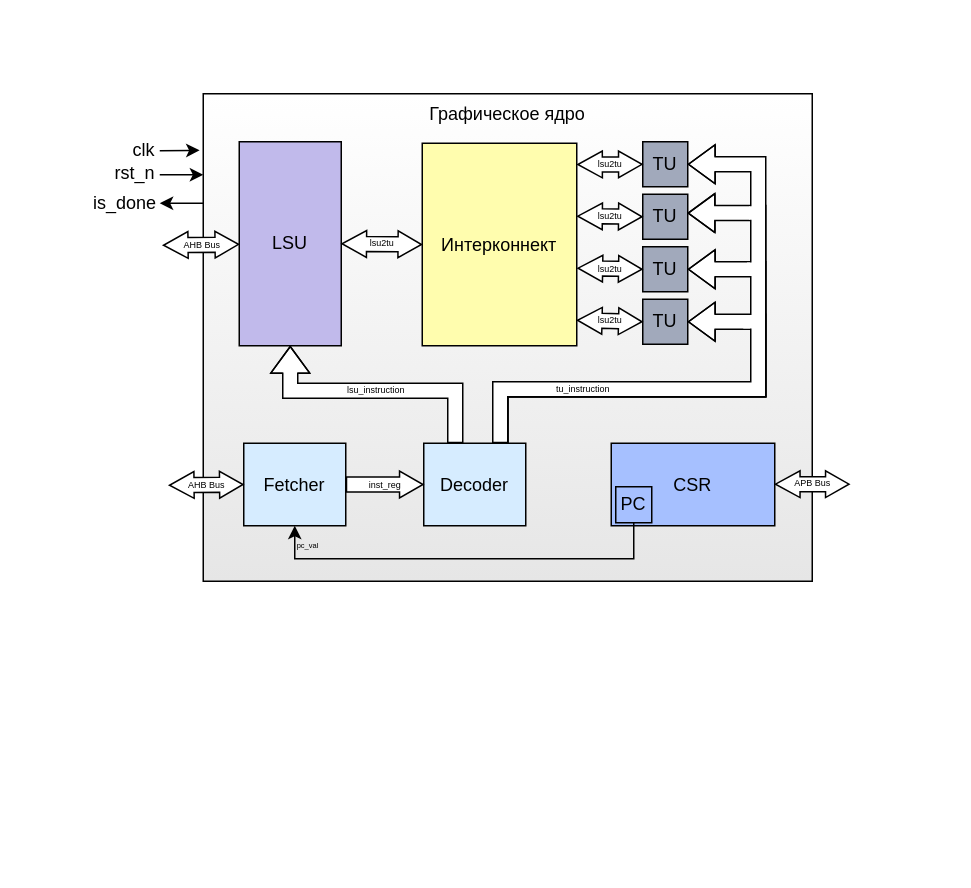
Earlier version of the draw.io diagram docs/starukhin_dissertation/images/svg/core.drawio (HaMeNopeDiot/hardware_gpu). Source tidied: cells renumbered, new cells numbered last; positions are measured from the earlier drawing's top-left corner, leaving out a move shared by most shapes. Both pictures are drawn from the tidied source at 150%, with x=0, y=0 at pixel (82, 93).
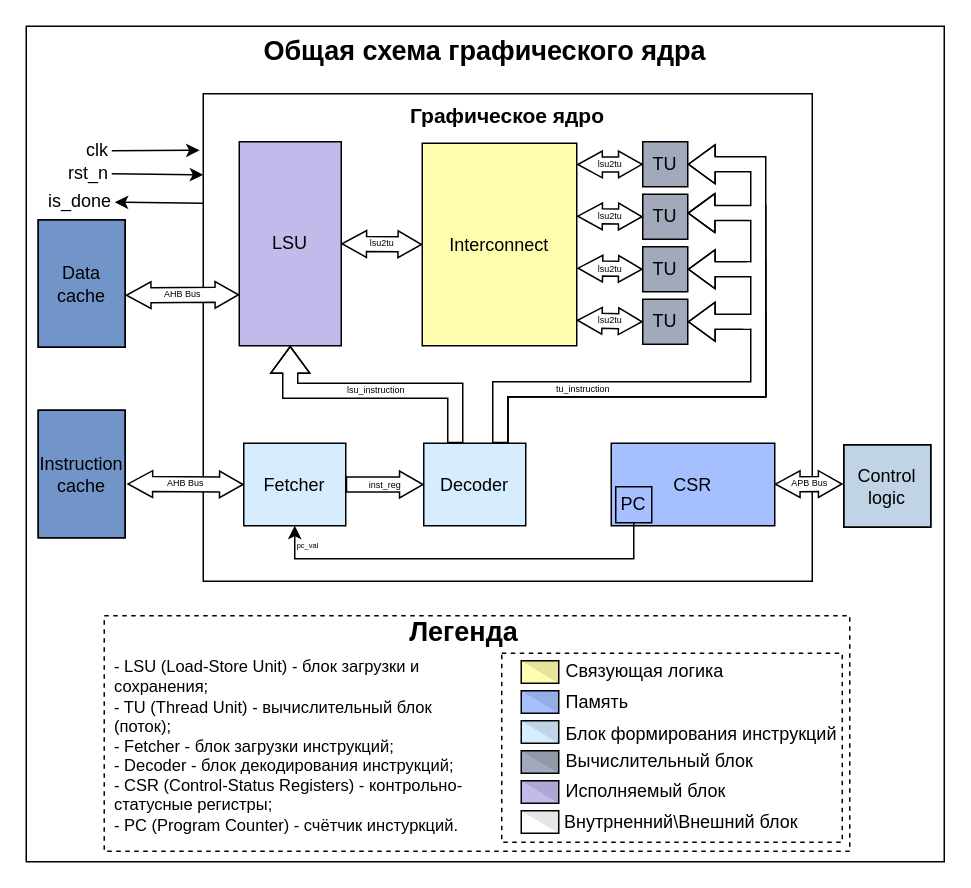
The same page after the edit.

The change refers to these unchanged cells:
```xml
<mxCell id="3" value="LSU" style="rounded=0;whiteSpace=wrap;html=1;fillColor=light-dark(#C1BAEB,#FFFFFF);" parent="1" vertex="1">
  <mxGeometry x="104" y="32" width="68" height="136" as="geometry" />
</mxCell>
<mxCell id="14" value="Fetcher" style="rounded=0;whiteSpace=wrap;html=1;fillColor=#D6ECFF;" parent="1" vertex="1">
  <mxGeometry x="107" y="233" width="68" height="55" as="geometry" />
</mxCell>
```

Change to the diagram source:
```diff
@@
+    <mxCell id="38" value="Общая схема графического ядра" style="rounded=0;whiteSpace=wrap;html=1;verticalAlign=top;fillColor=light-dark(#FFFFFF,#0000001A);gradientColor=none;fontStyle=1;fontSize=18;" parent="1" vertex="1">
+      <mxGeometry x="-38" y="-45" width="612" height="557" as="geometry" />
+    </mxCell>
-    <mxCell id="2" value="Графическое ядро" style="rounded=0;whiteSpace=wrap;html=1;verticalAlign=top;gradientColor=#FFFFFF;gradientDirection=north;fillColor=#E6E6E6;" parent="1" vertex="1">
+    <mxCell id="2" value="Графическое ядро" style="rounded=0;whiteSpace=wrap;html=1;verticalAlign=top;gradientColor=none;gradientDirection=north;fillColor=#FFFFFF;fontSize=14;fontStyle=1;" parent="1" vertex="1">
       <mxGeometry x="80" width="406" height="325" as="geometry" />
     </mxCell>
@@
-    <mxCell id="5" value="Интерконнект" style="rounded=0;whiteSpace=wrap;html=1;fillColor=#FFFDAE;" parent="1" vertex="1">
+    <mxCell id="5" value="Interconnect" style="rounded=0;whiteSpace=wrap;html=1;fillColor=#FFFDAE;" parent="1" vertex="1">
       <mxGeometry x="226" y="33" width="103" height="135" as="geometry" />
     </mxCell>
@@
-    <mxCell id="17" value="AHB Bus" style="shape=flexArrow;endArrow=classic;startArrow=classic;html=1;rounded=0;endSize=4.878504672897197;startSize=5.1196261682243;targetPerimeterSpacing=0;sourcePerimeterSpacing=0;startWidth=6.822429906542056;endWidth=6.822429906542056;fillColor=default;fontSize=6;" parent="1" edge="1" target="3">
-      <mxGeometry relative="1" as="geometry">
-        <mxPoint x="53" y="101" as="sourcePoint" />
-      </mxGeometry>
+    <mxCell id="17" value="AHB Bus" style="shape=flexArrow;endArrow=classic;startArrow=classic;html=1;rounded=0;endSize=4.878504672897197;startSize=5.1196261682243;targetPerimeterSpacing=0;sourcePerimeterSpacing=0;startWidth=6.822429906542056;endWidth=6.822429906542056;fillColor=default;fontSize=6;exitX=1.005;exitY=0.592;exitDx=0;exitDy=0;exitPerimeter=0;entryX=0;entryY=0.75;entryDx=0;entryDy=0;" parent="1" edge="1" source="39" target="3">
+      <mxGeometry relative="1" as="geometry" />
     </mxCell>
-    <mxCell id="18" value="AHB Bus" style="shape=flexArrow;endArrow=classic;startArrow=classic;html=1;rounded=0;endSize=4.878504672897197;startSize=5.1196261682243;targetPerimeterSpacing=0;sourcePerimeterSpacing=0;startWidth=6.822429906542056;endWidth=6.822429906542056;entryX=0;entryY=0.5;entryDx=0;entryDy=0;fillColor=default;fontSize=6;" parent="1" edge="1" target="14">
-      <mxGeometry relative="1" as="geometry">
-        <mxPoint x="57" y="261" as="sourcePoint" />
-      </mxGeometry>
+    <mxCell id="18" value="AHB Bus" style="shape=flexArrow;endArrow=classic;startArrow=classic;html=1;rounded=0;endSize=4.878504672897197;startSize=5.1196261682243;targetPerimeterSpacing=0;sourcePerimeterSpacing=0;startWidth=6.822429906542056;endWidth=6.822429906542056;entryX=0;entryY=0.5;entryDx=0;entryDy=0;fillColor=default;fontSize=6;exitX=1.024;exitY=0.578;exitDx=0;exitDy=0;exitPerimeter=0;" parent="1" edge="1" source="40" target="14">
+      <mxGeometry relative="1" as="geometry" />
     </mxCell>
@@
-    <mxCell id="25" value="APB Bus" style="shape=flexArrow;endArrow=classic;startArrow=classic;html=1;rounded=0;endSize=4.878504672897197;startSize=5.1196261682243;targetPerimeterSpacing=0;sourcePerimeterSpacing=0;startWidth=6.822429906542056;endWidth=6.822429906542056;entryX=0;entryY=0.5;entryDx=0;entryDy=0;fillColor=default;fontSize=6;" parent="1" edge="1">
+    <mxCell id="25" value="APB Bus" style="shape=flexArrow;endArrow=classic;startArrow=classic;html=1;rounded=0;endSize=4.878504672897197;startSize=5.1196261682243;targetPerimeterSpacing=0;sourcePerimeterSpacing=0;startWidth=6.822429906542056;endWidth=6.822429906542056;entryX=-0.013;entryY=0.476;entryDx=0;entryDy=0;fillColor=default;fontSize=6;entryPerimeter=0;" parent="1" edge="1" target="68">
       <mxGeometry relative="1" as="geometry">
         <mxPoint x="461" y="260.3" as="sourcePoint" />
-        <mxPoint x="511" y="260.3" as="targetPoint" />
       </mxGeometry>
     </mxCell>
-    <mxCell id="26" style="endArrow=classic;html=1;rounded=0;entryX=-0.006;entryY=0.116;entryDx=0;entryDy=0;entryPerimeter=0;align=right;labelPosition=left;verticalLabelPosition=middle;verticalAlign=middle;" parent="1" edge="1" target="2">
-      <mxGeometry relative="1" as="geometry">
-        <mxPoint x="51" y="38" as="sourcePoint" />
-      </mxGeometry>
+    <mxCell id="26" style="endArrow=classic;html=1;rounded=0;entryX=-0.006;entryY=0.116;entryDx=0;entryDy=0;entryPerimeter=0;align=right;labelPosition=left;verticalLabelPosition=middle;verticalAlign=middle;" parent="1" edge="1" source="27" target="2">
+      <mxGeometry relative="1" as="geometry" />
     </mxCell>
     <mxCell id="27" value="clk" style="text;html=1;whiteSpace=wrap;strokeColor=none;fillColor=none;align=right;verticalAlign=middle;rounded=0;" parent="1" vertex="1">
-      <mxGeometry x="24" y="32" width="26" height="12" as="geometry" />
+      <mxGeometry x="-7" y="32" width="26" height="12" as="geometry" />
     </mxCell>
     <mxCell id="28" value="rst_n" style="text;html=1;whiteSpace=wrap;strokeColor=none;fillColor=none;align=right;verticalAlign=middle;rounded=0;" parent="1" vertex="1">
-      <mxGeometry y="47" width="50" height="12" as="geometry" />
+      <mxGeometry x="-31" y="47" width="50" height="12" as="geometry" />
     </mxCell>
-    <mxCell id="29" style="endArrow=classic;html=1;rounded=0;entryX=-0.001;entryY=0.136;entryDx=0;entryDy=0;entryPerimeter=0;align=right;labelPosition=left;verticalLabelPosition=middle;verticalAlign=middle;" parent="1" edge="1">
+    <mxCell id="29" style="endArrow=classic;html=1;rounded=0;entryX=-0.001;entryY=0.136;entryDx=0;entryDy=0;entryPerimeter=0;align=right;labelPosition=left;verticalLabelPosition=middle;verticalAlign=middle;" parent="1" edge="1" source="28">
       <mxGeometry relative="1" as="geometry">
-        <mxPoint x="51" y="54" as="sourcePoint" />
         <mxPoint x="80" y="54" as="targetPoint" />
       </mxGeometry>
     </mxCell>
-    <mxCell id="30" style="endArrow=classic;html=1;rounded=0;entryX=-0.001;entryY=0.136;entryDx=0;entryDy=0;entryPerimeter=0;align=right;labelPosition=left;verticalLabelPosition=middle;verticalAlign=middle;" parent="1" edge="1">
+    <mxCell id="30" style="endArrow=classic;html=1;rounded=0;align=right;labelPosition=left;verticalLabelPosition=middle;verticalAlign=middle;" parent="1" edge="1" target="31">
       <mxGeometry relative="1" as="geometry">
         <mxPoint x="80" y="73" as="sourcePoint" />
-        <mxPoint x="51" y="73" as="targetPoint" />
       </mxGeometry>
     </mxCell>
     <mxCell id="31" value="is_done" style="text;html=1;whiteSpace=wrap;strokeColor=none;fillColor=none;align=right;verticalAlign=middle;rounded=0;" parent="1" vertex="1">
-      <mxGeometry y="67" width="51" height="12" as="geometry" />
+      <mxGeometry x="-30" y="66" width="51" height="12" as="geometry" />
     </mxCell>
@@
+    <mxCell id="39" value="Data cache" style="rounded=0;whiteSpace=wrap;html=1;gradientColor=none;fillColor=light-dark(#7EA6E0,#7EA6E0);" parent="1" vertex="1">
+      <mxGeometry x="-30" y="84" width="58" height="85" as="geometry" />
+    </mxCell>
+    <mxCell id="40" value="Instruction cache" style="rounded=0;whiteSpace=wrap;html=1;gradientColor=none;fillColor=light-dark(#7EA6E0,#7EA6E0);" parent="1" vertex="1">
+      <mxGeometry x="-30" y="211" width="58" height="85" as="geometry" />
+    </mxCell>
+    <mxCell id="41" value="&lt;div&gt;&lt;br&gt;&lt;/div&gt;" style="rounded=0;whiteSpace=wrap;html=1;gradientColor=none;fillColor=light-dark(#0000001A,#0000001A);" parent="1" vertex="1">
+      <mxGeometry x="-30" y="211" width="58" height="85" as="geometry" />
+    </mxCell>
+    <mxCell id="42" value="&lt;div&gt;&lt;br&gt;&lt;/div&gt;" style="rounded=0;whiteSpace=wrap;html=1;gradientColor=none;fillColor=light-dark(#0000001A,#0000001A);" parent="1" vertex="1">
+      <mxGeometry x="-30" y="84" width="58" height="85" as="geometry" />
+    </mxCell>
+    <mxCell id="43" style="rounded=0;whiteSpace=wrap;html=1;dashed=1;" parent="1" vertex="1">
+      <mxGeometry x="14" y="348" width="497" height="157" as="geometry" />
+    </mxCell>
+    <mxCell id="44" style="rounded=0;whiteSpace=wrap;html=1;dashed=1;" parent="1" vertex="1">
+      <mxGeometry x="279" y="373" width="227" height="126" as="geometry" />
+    </mxCell>
+    <mxCell id="45" value="Легенда" style="text;html=1;whiteSpace=wrap;strokeColor=none;fillColor=none;align=center;verticalAlign=middle;rounded=0;fontSize=18;fontStyle=1;" parent="1" vertex="1">
+      <mxGeometry x="204" y="349" width="100" height="20" as="geometry" />
+    </mxCell>
+    <mxCell id="46" value="- LSU (Load-Store Unit) - блок загрузки и сохранения;&lt;div&gt;- TU (Thread Unit) - вычислительный блок (поток);&lt;/div&gt;&lt;div&gt;- Fetcher - блок загрузки инструкций;&lt;/div&gt;&lt;div&gt;- Decoder - блок декодирования инструкций;&lt;/div&gt;&lt;div&gt;- CSR (Control-Status Registers) - контрольно-статусные регистры;&lt;/div&gt;&lt;div&gt;- PC (Program Counter) - счётчик инстуркций.&lt;/div&gt;" style="text;html=1;whiteSpace=wrap;strokeColor=none;fillColor=none;align=left;verticalAlign=middle;rounded=0;fontSize=11;" parent="1" vertex="1">
+      <mxGeometry x="19" y="375" width="242" height="119" as="geometry" />
+    </mxCell>
+    <mxCell id="47" style="group;" parent="1" vertex="1">
+      <mxGeometry x="292" y="373" width="25" height="25" as="geometry" />
+    </mxCell>
+    <mxCell id="48" style="rounded=0;whiteSpace=wrap;html=1;fillColor=#FFFDAE;" parent="47" vertex="1">
+      <mxGeometry y="5" width="25" height="15" as="geometry" />
+    </mxCell>
+    <mxCell id="49" style="verticalLabelPosition=bottom;verticalAlign=top;html=1;shape=mxgraph.basic.orthogonal_triangle;rotation=-180;fillColor=light-dark(#0000001A,#0000001A);strokeColor=light-dark(#0000001A,#0000001A);gradientColor=none;strokeWidth=0;" parent="47" vertex="1">
+      <mxGeometry y="5" width="25" height="15" as="geometry" />
+    </mxCell>
+    <mxCell id="50" style="group;" parent="1" vertex="1">
+      <mxGeometry x="292" y="398" width="25" height="15" as="geometry" />
+    </mxCell>
+    <mxCell id="51" style="rounded=0;whiteSpace=wrap;html=1;fillColor=light-dark(#A6C0FF,#FFFFFF);labelBorderColor=none;labelBackgroundColor=none;shadow=0;glass=0;" parent="50" vertex="1">
+      <mxGeometry width="25" height="15" as="geometry" />
+    </mxCell>
+    <mxCell id="52" style="verticalLabelPosition=bottom;verticalAlign=top;html=1;shape=mxgraph.basic.orthogonal_triangle;rotation=-180;fillColor=light-dark(#0000001A,#0000001A);strokeColor=light-dark(#0000001A,#0000001A);gradientColor=none;strokeWidth=0;" parent="50" vertex="1">
+      <mxGeometry width="25" height="15" as="geometry" />
+    </mxCell>
+    <mxCell id="53" style="group;" parent="1" vertex="1">
+      <mxGeometry x="292" y="418" width="25" height="15" as="geometry" />
+    </mxCell>
+    <mxCell id="54" style="rounded=0;whiteSpace=wrap;html=1;fillColor=#D6ECFF;" parent="53" vertex="1">
+      <mxGeometry width="25" height="15" as="geometry" />
+    </mxCell>
+    <mxCell id="55" style="verticalLabelPosition=bottom;verticalAlign=top;html=1;shape=mxgraph.basic.orthogonal_triangle;rotation=-180;fillColor=light-dark(#0000001A,#0000001A);strokeColor=light-dark(#0000001A,#0000001A);gradientColor=none;strokeWidth=0;" parent="53" vertex="1">
+      <mxGeometry width="25" height="15" as="geometry" />
+    </mxCell>
+    <mxCell id="56" style="group;" parent="1" vertex="1">
+      <mxGeometry x="292" y="438" width="25" height="15" as="geometry" />
+    </mxCell>
+    <mxCell id="57" style="rounded=0;whiteSpace=wrap;html=1;fillColor=light-dark(#A1A9BB,#FFFFFF);" parent="56" vertex="1">
+      <mxGeometry width="25" height="15" as="geometry" />
+    </mxCell>
+    <mxCell id="58" style="verticalLabelPosition=bottom;verticalAlign=top;html=1;shape=mxgraph.basic.orthogonal_triangle;rotation=-180;fillColor=light-dark(#0000001A,#0000001A);strokeColor=light-dark(#0000001A,#0000001A);gradientColor=none;strokeWidth=0;" parent="56" vertex="1">
+      <mxGeometry width="25" height="15" as="geometry" />
+    </mxCell>
+    <mxCell id="59" style="group;" parent="1" vertex="1">
+      <mxGeometry x="292" y="458" width="25" height="15" as="geometry" />
+    </mxCell>
+    <mxCell id="60" style="rounded=0;whiteSpace=wrap;html=1;fillColor=light-dark(#C1BAEB,#FFFFFF);" parent="59" vertex="1">
+      <mxGeometry width="25" height="15" as="geometry" />
+    </mxCell>
+    <mxCell id="61" style="verticalLabelPosition=bottom;verticalAlign=top;html=1;shape=mxgraph.basic.orthogonal_triangle;rotation=-180;fillColor=light-dark(#0000001A,#0000001A);strokeColor=light-dark(#0000001A,#0000001A);gradientColor=none;strokeWidth=0;" parent="59" vertex="1">
+      <mxGeometry width="25" height="15" as="geometry" />
+    </mxCell>
+    <mxCell id="62" value="Связующая логика" style="text;html=1;whiteSpace=wrap;strokeColor=none;fillColor=none;align=left;verticalAlign=middle;rounded=0;" parent="1" vertex="1">
+      <mxGeometry x="320" y="372" width="112" height="25" as="geometry" />
+    </mxCell>
+    <mxCell id="63" value="Память" style="text;html=1;whiteSpace=wrap;strokeColor=none;fillColor=none;align=left;verticalAlign=middle;rounded=0;" parent="1" vertex="1">
+      <mxGeometry x="320" y="393" width="112" height="25" as="geometry" />
+    </mxCell>
+    <mxCell id="64" value="Блок формирования инструкций" style="text;html=1;whiteSpace=wrap;strokeColor=none;fillColor=none;align=left;verticalAlign=middle;rounded=0;" parent="1" vertex="1">
+      <mxGeometry x="320" y="414" width="192" height="25" as="geometry" />
+    </mxCell>
+    <mxCell id="65" value="Вычислительный блок" style="text;html=1;whiteSpace=wrap;strokeColor=none;fillColor=none;align=left;verticalAlign=middle;rounded=0;" parent="1" vertex="1">
+      <mxGeometry x="320" y="432" width="158" height="25" as="geometry" />
+    </mxCell>
+    <mxCell id="66" value="Исполняемый блок" style="text;html=1;whiteSpace=wrap;strokeColor=none;fillColor=none;align=left;verticalAlign=middle;rounded=0;" parent="1" vertex="1">
+      <mxGeometry x="320" y="452" width="112" height="25" as="geometry" />
+    </mxCell>
+    <mxCell id="67" style="group;" parent="1" vertex="1">
+      <mxGeometry x="507" y="234" width="58" height="55" as="geometry" />
+    </mxCell>
+    <mxCell id="68" value="Control logic" style="rounded=0;whiteSpace=wrap;html=1;fillColor=#D6ECFF;fillStyle=auto;" parent="67" vertex="1">
+      <mxGeometry width="58" height="55" as="geometry" />
+    </mxCell>
+    <mxCell id="69" value="&lt;div&gt;&lt;br&gt;&lt;/div&gt;" style="rounded=0;whiteSpace=wrap;html=1;gradientColor=none;fillColor=light-dark(#0000001A,#0000001A);" parent="67" vertex="1">
+      <mxGeometry width="58" height="55" as="geometry" />
+    </mxCell>
+    <mxCell id="70" style="group;" parent="1" vertex="1">
+      <mxGeometry x="292" y="478" width="25" height="15" as="geometry" />
+    </mxCell>
+    <mxCell id="71" style="group;" parent="70" vertex="1">
+      <mxGeometry width="25" height="15" as="geometry" />
+    </mxCell>
+    <mxCell id="72" style="rounded=0;whiteSpace=wrap;html=1;fillColor=#FFFFFF;" parent="71" vertex="1">
+      <mxGeometry width="25" height="15" as="geometry" />
+    </mxCell>
+    <mxCell id="73" style="verticalLabelPosition=bottom;verticalAlign=top;html=1;shape=mxgraph.basic.orthogonal_triangle;rotation=-180;fillColor=light-dark(#0000001A,#0000001A);strokeColor=light-dark(#0000001A,#0000001A);gradientColor=none;strokeWidth=0;" parent="71" vertex="1">
+      <mxGeometry width="25" height="15" as="geometry" />
+    </mxCell>
+    <mxCell id="74" value="Внутрненний\Внешний блок" style="text;html=1;whiteSpace=wrap;strokeColor=none;fillColor=none;align=left;verticalAlign=middle;rounded=0;" parent="1" vertex="1">
+      <mxGeometry x="319" y="473" width="168" height="25" as="geometry" />
+    </mxCell>
```
